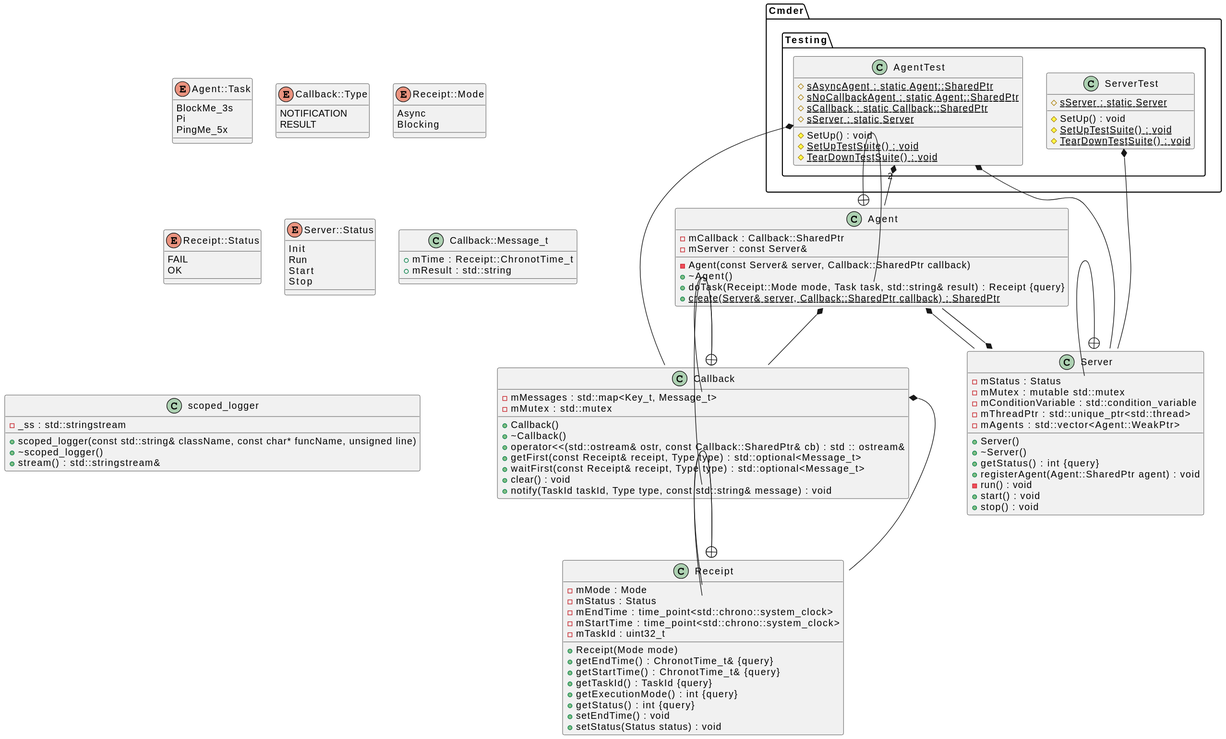
Before: diagrams/classdiagram.svg, a diagram exported from PlantUML (h6wk/Cmder).
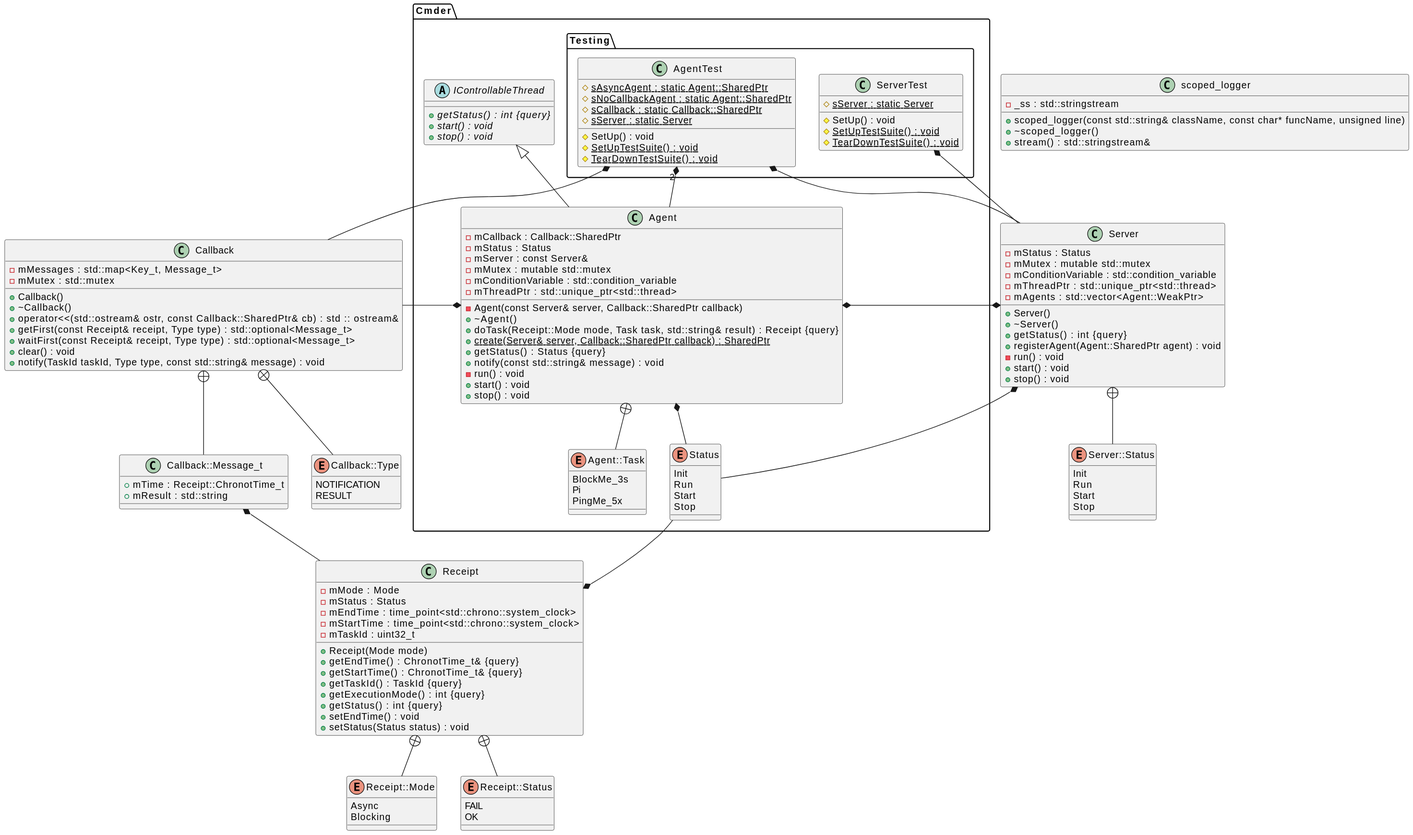
The same diagram one commit later.

Commit message:
Fix SVG (PlantUml server generated one is bad)

The edit, as a diff of the source:
```diff
@@ -1,127 +1,152 @@
 @startuml
 
-class Agent {
-	-Agent(const Server& server, Callback::SharedPtr callback)
-	+~Agent()
-	-mCallback : Callback::SharedPtr
-	+doTask(Receipt::Mode mode, Task task, std::string& result) : Receipt {query}
-	+{static} create(Server& server, Callback::SharedPtr callback) : SharedPtr
-	-mServer : const Server&
-}
+
+
+
 
 
 class Callback {
-	+Callback()
-	+~Callback()
-	+operator<<(std::ostream& ostr, const Callback::SharedPtr& cb) : std :: ostream&
-	-mMessages : std::map<Key_t, Message_t>
-	-mMutex : std::mutex
-	+getFirst(const Receipt& receipt, Type type) : std::optional<Message_t>
-	+waitFirst(const Receipt& receipt, Type type) : std::optional<Message_t>
-	+clear() : void
-	+notify(TaskId taskId, Type type, const std::string& message) : void
+    +Callback()
+    +~Callback()
+    +operator<<(std::ostream& ostr, const Callback::SharedPtr& cb) : std :: ostream&
+    -mMessages : std::map<Key_t, Message_t>
+    -mMutex : std::mutex
+    +getFirst(const Receipt& receipt, Type type) : std::optional<Message_t>
+    +waitFirst(const Receipt& receipt, Type type) : std::optional<Message_t>
+    +clear() : void
+    +notify(TaskId taskId, Type type, const std::string& message) : void
 }
 
 
 class Receipt {
-	+Receipt(Mode mode)
-	+getEndTime() : ChronotTime_t& {query}
-	+getStartTime() : ChronotTime_t& {query}
-	-mMode : Mode
-	-mStatus : Status
-	+getTaskId() : TaskId {query}
-	+getExecutionMode() : int {query}
-	+getStatus() : int {query}
-	-mEndTime : time_point<std::chrono::system_clock>
-	-mStartTime : time_point<std::chrono::system_clock>
-	-mTaskId : uint32_t
-	+setEndTime() : void
-	+setStatus(Status status) : void
+    +Receipt(Mode mode)
+    +getEndTime() : ChronotTime_t& {query}
+    +getStartTime() : ChronotTime_t& {query}
+    -mMode : Mode
+    -mStatus : Status
+    +getTaskId() : TaskId {query}
+    +getExecutionMode() : int {query}
+    +getStatus() : int {query}
+    -mEndTime : time_point<std::chrono::system_clock>
+    -mStartTime : time_point<std::chrono::system_clock>
+    -mTaskId : uint32_t
+    +setEndTime() : void
+    +setStatus(Status status) : void
 }
 
 
 class Server {
-	+Server()
-	+~Server()
-	-mStatus : Status
-	+getStatus() : int {query}
-	-mMutex : mutable std::mutex
-	-mConditionVariable : std::condition_variable
-	-mThreadPtr : std::unique_ptr<std::thread>
-	-mAgents : std::vector<Agent::WeakPtr>
-	+registerAgent(Agent::SharedPtr agent) : void
-	-run() : void
-	+start() : void
-	+stop() : void
-}
-
-
-enum Agent::Task {
-	BlockMe_3s
-	Pi
-	PingMe_5x
+    +Server()
+    +~Server()
+    -mStatus : Status
+    +getStatus() : int {query}
+    -mMutex : mutable std::mutex
+    -mConditionVariable : std::condition_variable
+    -mThreadPtr : std::unique_ptr<std::thread>
+    -mAgents : std::vector<Agent::WeakPtr>
+    +registerAgent(Agent::SharedPtr agent) : void
+    -run() : void
+    +start() : void
+    +stop() : void
 }
 
 
 enum Callback::Type {
-	NOTIFICATION
-	RESULT
+    NOTIFICATION
+    RESULT
 }
 
 
 enum Receipt::Mode {
-	Async
-	Blocking
+    Async
+    Blocking
 }
 
 
 enum Receipt::Status {
-	FAIL
-	OK
+    FAIL
+    OK
 }
 
 
 enum Server::Status {
-	Init
-	Run
-	Start
-	Stop
+    Init
+    Run
+    Start
+    Stop
 }
 
 
 class Callback::Message_t {
-	+mTime : Receipt::ChronotTime_t
-	+mResult : std::string
+    +mTime : Receipt::ChronotTime_t
+    +mResult : std::string
 }
 
 
 class scoped_logger {
-	+scoped_logger(const std::string& className, const char* funcName, unsigned line)
-	+~scoped_logger()
-	-_ss : std::stringstream
-	+stream() : std::stringstream&
+    +scoped_logger(const std::string& className, const char* funcName, unsigned line)
+    +~scoped_logger()
+    -_ss : std::stringstream
+    +stream() : std::stringstream&
 }
 
 
 namespace Cmder {
-	namespace Testing {
-		class AgentTest {
-			#{static} sAsyncAgent : static Agent::SharedPtr
-			#{static} sNoCallbackAgent : static Agent::SharedPtr
-			#{static} sCallback : static Callback::SharedPtr
-			#{static} sServer : static Server
-			#SetUp() : void
-			#{static} SetUpTestSuite() : void
-			#{static} TearDownTestSuite() : void
-		}
+    class Agent {
+        -Agent(const Server& server, Callback::SharedPtr callback)
+        +~Agent()
+        -mCallback : Callback::SharedPtr
+        +doTask(Receipt::Mode mode, Task task, std::string& result) : Receipt {query}
+        +{static} create(Server& server, Callback::SharedPtr callback) : SharedPtr
+        +getStatus() : Status {query}
+        -mStatus : Status
+        -mServer : const Server&
+        -mMutex : mutable std::mutex
+        -mConditionVariable : std::condition_variable
+        -mThreadPtr : std::unique_ptr<std::thread>
+        +notify(const std::string& message) : void
+        -run() : void
+        +start() : void
+        +stop() : void
+    }
 
-		class ServerTest {
-			#{static} sServer : static Server
-			#SetUp() : void
-			#{static} SetUpTestSuite() : void
-			#{static} TearDownTestSuite() : void
-		}
-	}
+    abstract class IControllableThread {
+        +{abstract} getStatus() : int {query}
+        +{abstract} start() : void
+        +{abstract} stop() : void
+    }
+
+    enum Agent::Task {
+        BlockMe_3s
+        Pi
+        PingMe_5x
+    }
+
+    enum Status {
+        Init
+        Run
+        Start
+        Stop
+    }
+
+    namespace Testing {
+        class AgentTest {
+            #{static} sAsyncAgent : static Agent::SharedPtr
+            #{static} sNoCallbackAgent : static Agent::SharedPtr
+            #{static} sCallback : static Callback::SharedPtr
+            #{static} sServer : static Server
+            #SetUp() : void
+            #{static} SetUpTestSuite() : void
+            #{static} TearDownTestSuite() : void
+        }
+
+        class ServerTest {
+            #{static} sServer : static Server
+            #SetUp() : void
+            #{static} SetUpTestSuite() : void
+            #{static} TearDownTestSuite() : void
+        }
+    }
 }
 
 
@@ -129,17 +154,23 @@
 
 
 
+Cmder.IControllableThread <|-- Cmder.Agent
 
 
 
 
-.Agent *-- .Callback
 
 
-.Agent *-- .Server
+Cmder.Agent *-- .Callback
 
 
-Cmder.Testing.AgentTest "2" *-- .Agent
+Cmder.Agent *-- .Server
+
+
+Cmder.Agent *-- Cmder.Status
+
+
+Cmder.Testing.AgentTest "2" *-- Cmder.Agent
 
 
 Cmder.Testing.AgentTest *-- .Callback
@@ -151,7 +182,13 @@
 .Callback::Message_t *-- .Receipt
 
 
-.Server *-- .Agent
+.Receipt *-- Cmder.Status
+
+
+.Server *-- Cmder.Agent
+
+
+.Server *-- Cmder.Status
 
 
 Cmder.Testing.ServerTest *-- .Server
@@ -162,7 +199,7 @@
 
 
 
-.Agent +-- .Agent::Task
+Cmder.Agent +-- Cmder.Agent::Task
 
 
 .Callback +-- .Callback::Message_t
@@ -178,4 +215,8 @@
 
 
 .Server +-- .Server::Status
+
+
+
+
 @enduml
```
